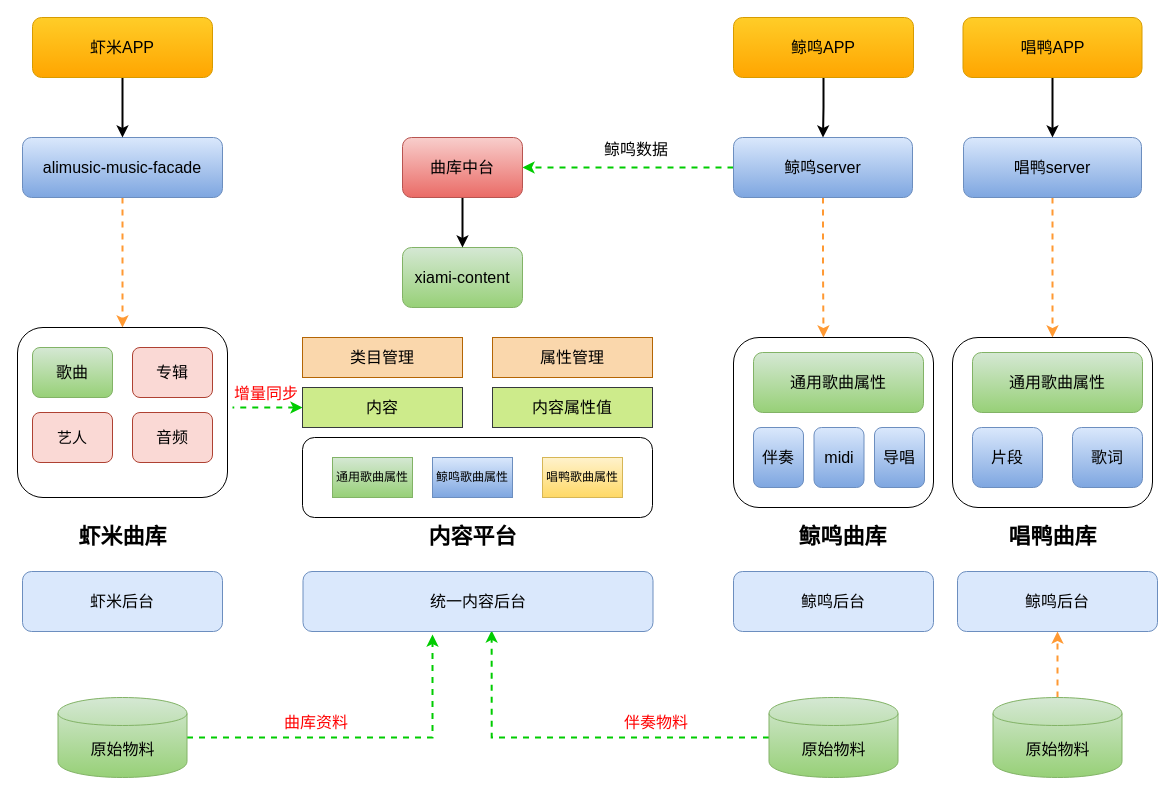
This is bigsongs三.drawio from QuanCong/draw, a draw.io file, before an edit. Source tidied: cells renumbered, new cells numbered last; positions are measured from the earlier drawing's top-left corner, leaving out a move shared by most shapes. Both pictures are drawn from the tidied source at 100%, with x=0, y=0 at pixel (17, 17).
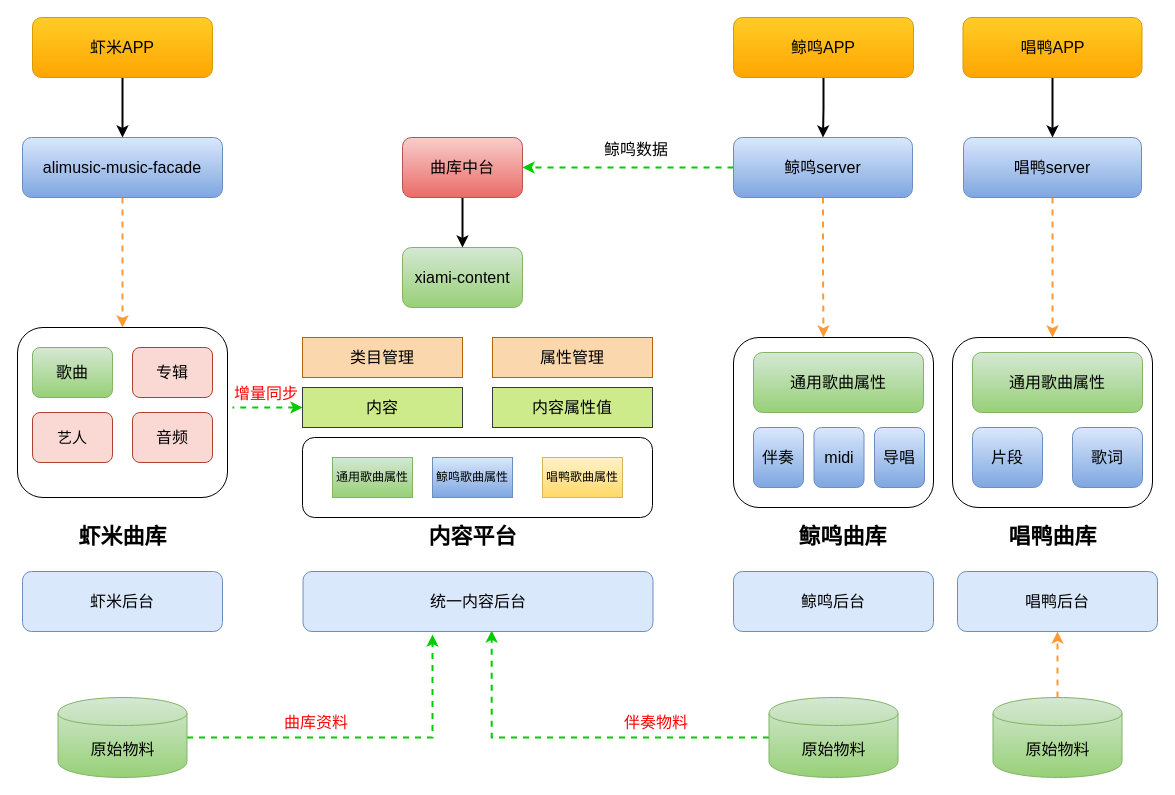
After the change.

Diff of the diagram source:
```diff
@@
-    <mxCell id="49" value="鲸鸣后台" style="rounded=1;whiteSpace=wrap;html=1;fontSize=16;fillColor=#dae8fc;strokeColor=#6c8ebf;" parent="1" vertex="1">
+    <mxCell id="49" value="唱鸭后台" style="rounded=1;whiteSpace=wrap;html=1;fontSize=16;fillColor=#dae8fc;strokeColor=#6c8ebf;" parent="1" vertex="1">
       <mxGeometry x="940" y="554" width="200" height="60" as="geometry" />
     </mxCell>
```
